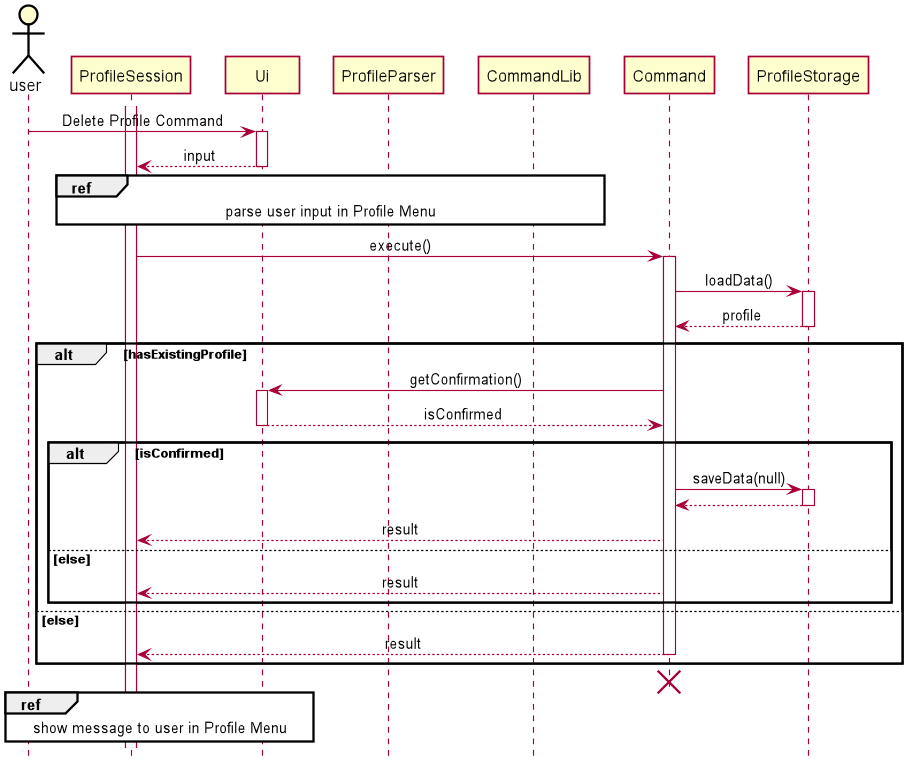
Earlier version of the PlantUML export docs/pictures/khoa/DeleteProfile.png (zsk612/tp).
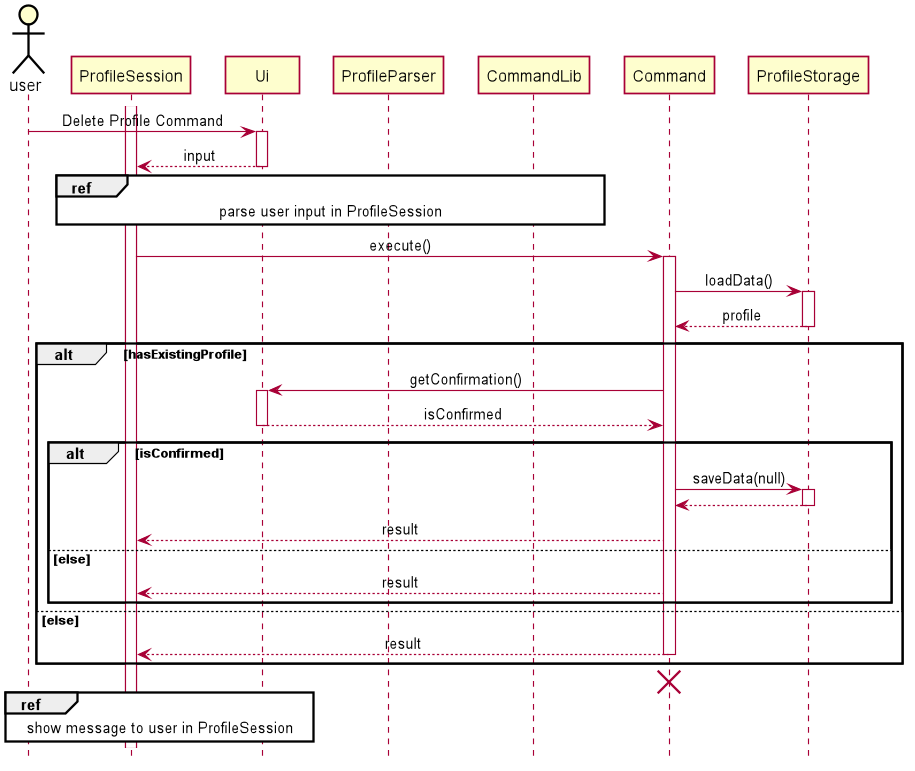
The same file after the commit.

Diff of the diagram source:
```diff
@@ -46,7 +46,7 @@
 user -> Ui++ : Delete Profile Command
 Ui --> ProfileSession -- : input
 
-ref over ProfileSession, ProfileParser, CommandLib: parse user input in Profile Menu
+ref over ProfileSession, ProfileParser, CommandLib: parse user input in ProfileSession
 
 ProfileSession -> Command ++ : execute()
 Command -> ProfileStorage ++ : loadData()
@@ -70,6 +70,6 @@
 deactivate Command
 destroy Command
 
-ref over user, ProfileSession, Ui: show message to user in Profile Menu
+ref over user, ProfileSession, Ui: show message to user in ProfileSession
 
 @enduml
```
